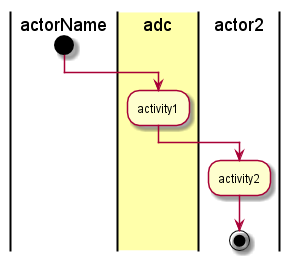
CAADE/ADC keeps this PlantUML diagram as docs/UseCases/Manage-Applications/Activities.png. Above is the earlier version.
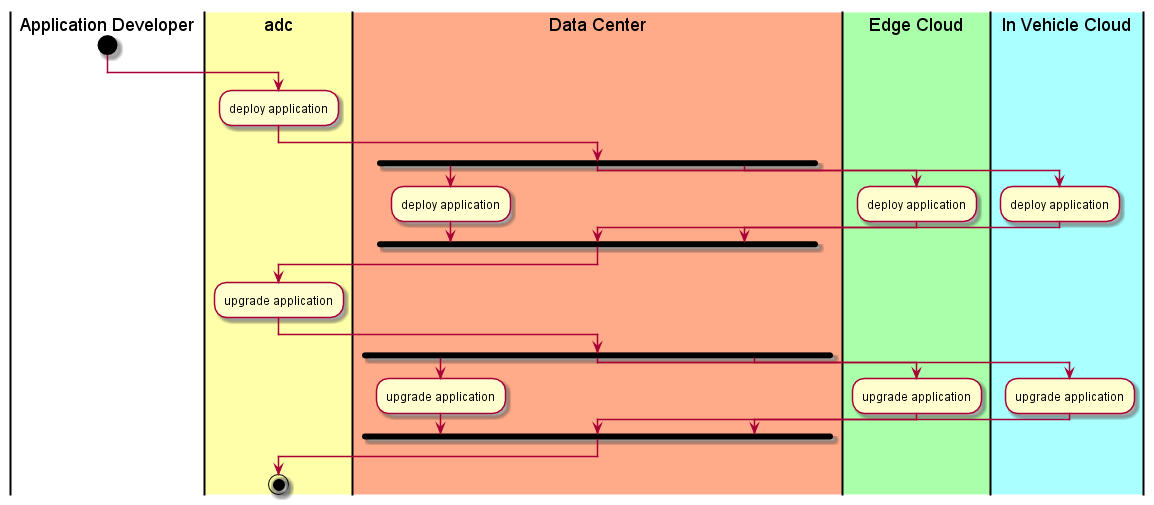
The same diagram one commit later.

What changed in the source:
```diff
@@ -1,9 +1,30 @@
 @startuml
-|actorName|
+|Application Developer|
 start
 |#ffffaa|adc|
-:activity1;
-|actor2|
-:activity2;
+:deploy application;
+fork
+|#ffaa88|Data Center|
+:deploy application;
+fork again
+|#aaffaa|Edge Cloud|
+:deploy application;
+fork again
+|#aaffff|In Vehicle Cloud|
+:deploy application;
+end fork
+|adc|
+:upgrade application;
+fork
+|Data Center|
+:upgrade application;
+fork again
+|Edge Cloud|
+:upgrade application;
+fork again
+|In Vehicle Cloud|
+:upgrade application;
+end fork
+|adc|
 stop
 @enduml
```
